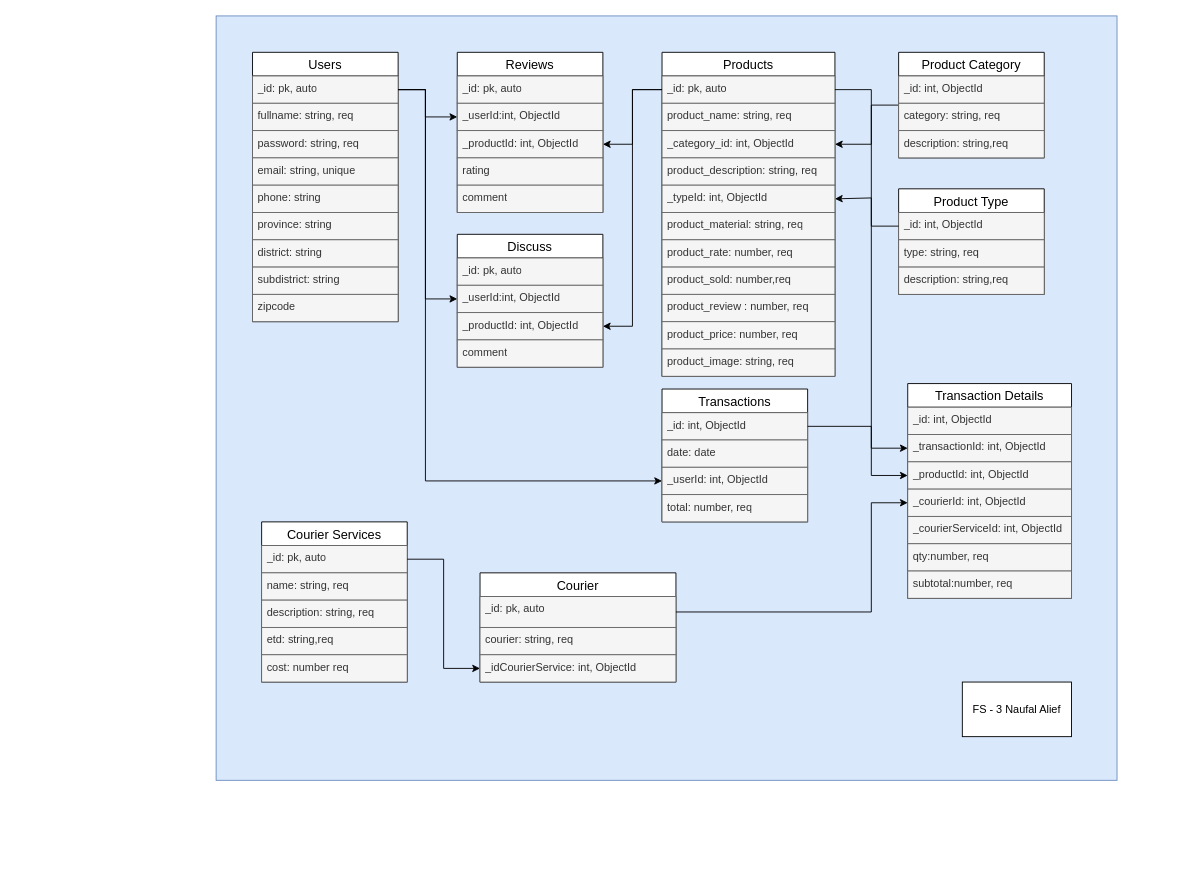
The draw.io diagram furnivul-server/erd/ERD Furnivul.drawio in naufyl28/Final-Furnivul, before the edit. Source tidied: cells renumbered, new cells numbered last; positions are measured from the earlier drawing's top-left corner, leaving out a move shared by most shapes. Both pictures are drawn from the tidied source at 91%, with x=0, y=0 at pixel (216, 15).
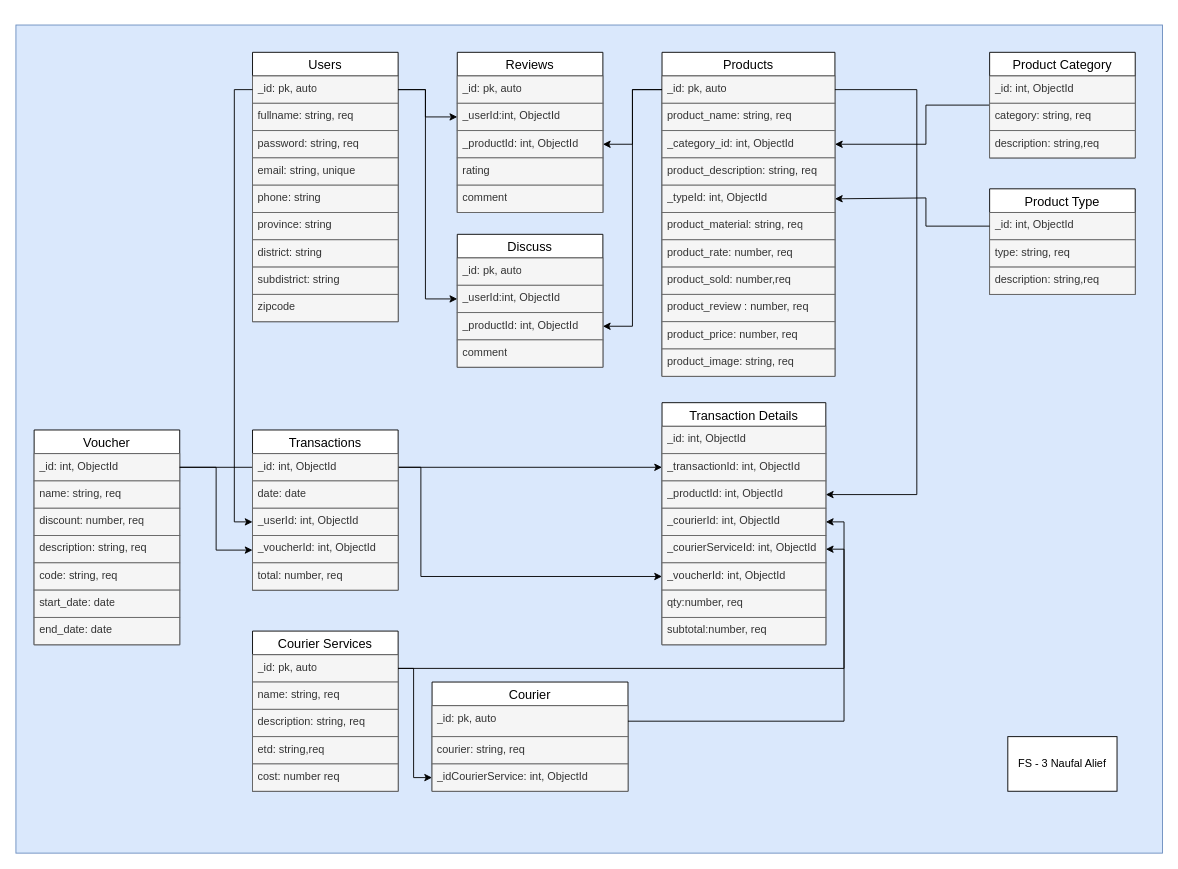
The same diagram, later.

Commit message (it also covers changes not shown here):
edit erd and add voucher route,ctrler, models

Unchanged cells that the change refers to:
```xml
<mxCell id="4" value="_id: pk, auto&lt;br&gt;" style="text;strokeColor=#666666;fillColor=#f5f5f5;spacingLeft=4;spacingRight=4;overflow=hidden;points=[[0,0.5],[1,0.5]];portConstraint=eastwest;fontSize=12;whiteSpace=wrap;html=1;fontColor=#333333;" parent="3" vertex="1">
  <mxGeometry y="26" width="160" height="30" as="geometry" />
</mxCell>
<mxCell id="21" value="_id: pk, auto&lt;br&gt;" style="text;strokeColor=#666666;fillColor=#f5f5f5;spacingLeft=4;spacingRight=4;overflow=hidden;points=[[0,0.5],[1,0.5]];portConstraint=eastwest;fontSize=12;whiteSpace=wrap;html=1;fontColor=#333333;" parent="20" vertex="1">
  <mxGeometry y="26" width="190" height="30" as="geometry" />
</mxCell>
<mxCell id="23" value="_category_id: int, ObjectId" style="text;strokeColor=#666666;fillColor=#f5f5f5;spacingLeft=4;spacingRight=4;overflow=hidden;points=[[0,0.5],[1,0.5]];portConstraint=eastwest;fontSize=12;whiteSpace=wrap;html=1;fontColor=#333333;" parent="20" vertex="1">
  <mxGeometry y="86" width="190" height="30" as="geometry" />
</mxCell>
<mxCell id="25" value="_typeId: int, ObjectId" style="text;strokeColor=#666666;fillColor=#f5f5f5;spacingLeft=4;spacingRight=4;overflow=hidden;points=[[0,0.5],[1,0.5]];portConstraint=eastwest;fontSize=12;whiteSpace=wrap;html=1;fontColor=#333333;" parent="20" vertex="1">
  <mxGeometry y="146" width="190" height="30" as="geometry" />
</mxCell>
<mxCell id="34" value="_id: int, ObjectId" style="text;strokeColor=#666666;fillColor=#f5f5f5;spacingLeft=4;spacingRight=4;overflow=hidden;points=[[0,0.5],[1,0.5]];portConstraint=eastwest;fontSize=12;whiteSpace=wrap;html=1;fontColor=#333333;" parent="33" vertex="1">
  <mxGeometry y="26" width="160" height="30" as="geometry" />
</mxCell>
<mxCell id="55" value="_id: pk, auto" style="text;strokeColor=#666666;fillColor=#f5f5f5;spacingLeft=4;spacingRight=4;overflow=hidden;points=[[0,0.5],[1,0.5]];portConstraint=eastwest;fontSize=12;whiteSpace=wrap;html=1;fontColor=#333333;" parent="54" vertex="1">
  <mxGeometry y="26" width="160" height="30" as="geometry" />
</mxCell>
<mxCell id="68" value="_transactionId: int, ObjectId" style="text;strokeColor=#666666;fillColor=#f5f5f5;spacingLeft=4;spacingRight=4;overflow=hidden;points=[[0,0.5],[1,0.5]];portConstraint=eastwest;fontSize=12;whiteSpace=wrap;html=1;fontColor=#333333;" parent="66" vertex="1">
  <mxGeometry y="56" width="180" height="30" as="geometry" />
</mxCell>
<mxCell id="69" value="_productId: int, ObjectId" style="text;strokeColor=#666666;fillColor=#f5f5f5;spacingLeft=4;spacingRight=4;overflow=hidden;points=[[0,0.5],[1,0.5]];portConstraint=eastwest;fontSize=12;whiteSpace=wrap;html=1;fontColor=#333333;" parent="66" vertex="1">
  <mxGeometry y="86" width="180" height="30" as="geometry" />
</mxCell>
<mxCell id="70" value="_courierId: int, ObjectId" style="text;strokeColor=#666666;fillColor=#f5f5f5;spacingLeft=4;spacingRight=4;overflow=hidden;points=[[0,0.5],[1,0.5]];portConstraint=eastwest;fontSize=12;whiteSpace=wrap;html=1;fontColor=#333333;" parent="66" vertex="1">
  <mxGeometry y="116" width="180" height="30" as="geometry" />
</mxCell>
<mxCell id="71" value="_courierServiceId: int, ObjectId" style="text;strokeColor=#666666;fillColor=#f5f5f5;spacingLeft=4;spacingRight=4;overflow=hidden;points=[[0,0.5],[1,0.5]];portConstraint=eastwest;fontSize=12;whiteSpace=wrap;html=1;fontColor=#333333;" parent="66" vertex="1">
  <mxGeometry y="146" width="180" height="30" as="geometry" />
</mxCell>
```

Diff of the diagram source:
```diff
@@
     <mxCell id="2" style="rounded=0;whiteSpace=wrap;html=1;fillColor=#dae8fc;strokeColor=#6c8ebf;" parent="1" vertex="1">
-      <mxGeometry width="990" height="840" as="geometry" />
+      <mxGeometry x="-220" y="10" width="1260" height="910" as="geometry" />
     </mxCell>
@@
     <mxCell id="33" value="Product Type" style="swimlane;fontStyle=0;horizontal=1;startSize=26;align=center;fontSize=14;" parent="1" vertex="1">
-      <mxGeometry x="750" y="190" width="160" height="116" as="geometry" />
+      <mxGeometry x="850" y="190" width="160" height="116" as="geometry" />
     </mxCell>
@@
     <mxCell id="37" style="edgeStyle=orthogonalEdgeStyle;rounded=0;jettySize=auto;html=1;entryX=1;entryY=0.5;entryDx=0;entryDy=0;" parent="1" edge="1" source="34" target="25">
       <mxGeometry relative="1" as="geometry">
         <Array as="points">
-          <mxPoint x="720" y="231" />
-          <mxPoint x="720" y="200" />
+          <mxPoint x="780" y="231" />
+          <mxPoint x="780" y="200" />
           <mxPoint x="680" y="200" />
         </Array>
       </mxGeometry>
     </mxCell>
     <mxCell id="38" style="edgeStyle=orthogonalEdgeStyle;rounded=0;jettySize=auto;html=1;entryX=1;entryY=0.5;entryDx=0;entryDy=0;" parent="1" edge="1" source="39" target="23">
       <mxGeometry relative="1" as="geometry">
         <Array as="points">
-          <mxPoint x="720" y="98" />
-          <mxPoint x="720" y="141" />
+          <mxPoint x="780" y="98" />
+          <mxPoint x="780" y="141" />
         </Array>
       </mxGeometry>
     </mxCell>
     <mxCell id="39" value="Product Category" style="swimlane;fontStyle=0;horizontal=1;startSize=26;align=center;fontSize=14;" parent="1" vertex="1">
-      <mxGeometry x="750" y="40" width="160" height="116" as="geometry" />
+      <mxGeometry x="850" y="40" width="160" height="116" as="geometry" />
     </mxCell>
@@
-    <mxCell id="50" value="Courier" style="swimlane;fontStyle=0;horizontal=1;startSize=26;align=center;fontSize=14;" parent="1" vertex="1">
-      <mxGeometry x="290" y="612" width="215.3" height="120" as="geometry" />
-    </mxCell>
-    <mxCell id="51" value="_id: pk, auto" style="text;strokeColor=#666666;fillColor=#f5f5f5;spacingLeft=4;spacingRight=4;overflow=hidden;points=[[0,0.5],[1,0.5]];portConstraint=eastwest;fontSize=12;whiteSpace=wrap;html=1;fontColor=#333333;" parent="50" vertex="1">
-      <mxGeometry y="26" width="215.3" height="34" as="geometry" />
-    </mxCell>
-    <mxCell id="52" value="courier: string, req" style="text;strokeColor=#666666;fillColor=#f5f5f5;spacingLeft=4;spacingRight=4;overflow=hidden;fontSize=12;whiteSpace=wrap;html=1;fontColor=#333333;" parent="50" vertex="1">
-      <mxGeometry y="60" width="215.3" height="30" as="geometry" />
-    </mxCell>
-    <mxCell id="53" value="_idCourierService: int, ObjectId" style="text;strokeColor=#666666;fillColor=#f5f5f5;spacingLeft=4;spacingRight=4;overflow=hidden;points=[[0,0.5],[1,0.5]];portConstraint=eastwest;fontSize=12;whiteSpace=wrap;html=1;fontColor=#333333;" parent="50" vertex="1">
-      <mxGeometry y="90" width="215.3" height="30" as="geometry" />
-    </mxCell>
     <mxCell id="54" value="Courier Services" style="swimlane;fontStyle=0;horizontal=1;startSize=26;align=center;fontSize=14;" parent="1" vertex="1">
-      <mxGeometry x="50" y="556" width="160" height="176" as="geometry" />
+      <mxGeometry x="40" y="676" width="160" height="176" as="geometry" />
     </mxCell>
@@
     <mxCell id="60" style="edgeStyle=orthogonalEdgeStyle;rounded=0;jettySize=auto;html=1;" parent="1" edge="1" source="55" target="53">
-      <mxGeometry relative="1" as="geometry" />
+      <mxGeometry relative="1" as="geometry">
+        <Array as="points">
+          <mxPoint x="217" y="717" />
+          <mxPoint x="217" y="837" />
+        </Array>
+      </mxGeometry>
     </mxCell>
-    <mxCell id="61" value="Transactions" style="swimlane;fontStyle=0;horizontal=1;startSize=26;align=center;fontSize=14;" parent="1" vertex="1">
-      <mxGeometry x="490" y="410" width="160" height="146" as="geometry" />
-    </mxCell>
-    <mxCell id="62" value="_id: int, ObjectId" style="text;strokeColor=#666666;fillColor=#f5f5f5;spacingLeft=4;spacingRight=4;overflow=hidden;points=[[0,0.5],[1,0.5]];portConstraint=eastwest;fontSize=12;whiteSpace=wrap;html=1;fontColor=#333333;" parent="61" vertex="1">
-      <mxGeometry y="26" width="160" height="30" as="geometry" />
-    </mxCell>
-    <mxCell id="63" value="date: date" style="text;strokeColor=#666666;fillColor=#f5f5f5;spacingLeft=4;spacingRight=4;overflow=hidden;fontSize=12;whiteSpace=wrap;html=1;fontColor=#333333;" parent="61" vertex="1">
-      <mxGeometry y="56" width="160" height="30" as="geometry" />
-    </mxCell>
-    <mxCell id="64" value="_userId: int, ObjectId" style="text;strokeColor=#666666;fillColor=#f5f5f5;spacingLeft=4;spacingRight=4;overflow=hidden;points=[[0,0.5],[1,0.5]];portConstraint=eastwest;fontSize=12;whiteSpace=wrap;html=1;fontColor=#333333;" parent="61" vertex="1">
-      <mxGeometry y="86" width="160" height="30" as="geometry" />
-    </mxCell>
-    <mxCell id="65" value="total: number, req" style="text;strokeColor=#666666;fillColor=#f5f5f5;spacingLeft=4;spacingRight=4;overflow=hidden;fontSize=12;whiteSpace=wrap;html=1;fontColor=#333333;" parent="61" vertex="1">
-      <mxGeometry y="116" width="160" height="30" as="geometry" />
-    </mxCell>
     <mxCell id="66" value="Transaction Details" style="swimlane;fontStyle=0;horizontal=1;startSize=26;align=center;fontSize=14;" parent="1" vertex="1">
-      <mxGeometry x="760" y="404" width="180" height="236" as="geometry" />
+      <mxGeometry x="490" y="425" width="180" height="266" as="geometry" />
     </mxCell>
@@
+    <mxCell id="79" value="_voucherId: int, ObjectId" style="text;strokeColor=#666666;fillColor=#f5f5f5;spacingLeft=4;spacingRight=4;overflow=hidden;points=[[0,0.5],[1,0.5]];portConstraint=eastwest;fontSize=12;whiteSpace=wrap;html=1;fontColor=#333333;" parent="66" vertex="1">
+      <mxGeometry y="176" width="180" height="30" as="geometry" />
+    </mxCell>
     <mxCell id="72" value="qty:number, req" style="text;strokeColor=#666666;fillColor=#f5f5f5;spacingLeft=4;spacingRight=4;overflow=hidden;fontSize=12;whiteSpace=wrap;html=1;fontColor=#333333;" parent="66" vertex="1">
-      <mxGeometry y="176" width="180" height="30" as="geometry" />
+      <mxGeometry y="206" width="180" height="30" as="geometry" />
     </mxCell>
     <mxCell id="73" value="subtotal:number, req" style="text;strokeColor=#666666;fillColor=#f5f5f5;spacingLeft=4;spacingRight=4;overflow=hidden;fontSize=12;whiteSpace=wrap;html=1;fontColor=#333333;" parent="66" vertex="1">
-      <mxGeometry y="206" width="180" height="30" as="geometry" />
+      <mxGeometry y="236" width="180" height="30" as="geometry" />
     </mxCell>
+    <mxCell id="78" value="FS - 3 Naufal Alief" style="rounded=0;whiteSpace=wrap;html=1;" parent="1" vertex="1">
+      <mxGeometry x="870" y="792" width="120" height="60" as="geometry" />
+    </mxCell>
+    <mxCell id="50" value="Courier" style="swimlane;fontStyle=0;horizontal=1;startSize=26;align=center;fontSize=14;" parent="1" vertex="1">
+      <mxGeometry x="237.3" y="732" width="215.3" height="120" as="geometry" />
+    </mxCell>
+    <mxCell id="51" value="_id: pk, auto" style="text;strokeColor=#666666;fillColor=#f5f5f5;spacingLeft=4;spacingRight=4;overflow=hidden;points=[[0,0.5],[1,0.5]];portConstraint=eastwest;fontSize=12;whiteSpace=wrap;html=1;fontColor=#333333;" parent="50" vertex="1">
+      <mxGeometry y="26" width="215.3" height="34" as="geometry" />
+    </mxCell>
+    <mxCell id="52" value="courier: string, req" style="text;strokeColor=#666666;fillColor=#f5f5f5;spacingLeft=4;spacingRight=4;overflow=hidden;fontSize=12;whiteSpace=wrap;html=1;fontColor=#333333;" parent="50" vertex="1">
+      <mxGeometry y="60" width="215.3" height="30" as="geometry" />
+    </mxCell>
+    <mxCell id="53" value="_idCourierService: int, ObjectId" style="text;strokeColor=#666666;fillColor=#f5f5f5;spacingLeft=4;spacingRight=4;overflow=hidden;points=[[0,0.5],[1,0.5]];portConstraint=eastwest;fontSize=12;whiteSpace=wrap;html=1;fontColor=#333333;" parent="50" vertex="1">
+      <mxGeometry y="90" width="215.3" height="30" as="geometry" />
+    </mxCell>
+    <mxCell id="80" value="Voucher" style="swimlane;fontStyle=0;horizontal=1;startSize=26;align=center;fontSize=14;" parent="1" vertex="1">
+      <mxGeometry x="-200" y="455" width="160" height="236" as="geometry" />
+    </mxCell>
+    <mxCell id="81" value="_id: int, ObjectId" style="text;strokeColor=#666666;fillColor=#f5f5f5;spacingLeft=4;spacingRight=4;overflow=hidden;points=[[0,0.5],[1,0.5]];portConstraint=eastwest;fontSize=12;whiteSpace=wrap;html=1;fontColor=#333333;" parent="80" vertex="1">
+      <mxGeometry y="26" width="160" height="30" as="geometry" />
+    </mxCell>
+    <mxCell id="82" value="name: string, req" style="text;strokeColor=#666666;fillColor=#f5f5f5;spacingLeft=4;spacingRight=4;overflow=hidden;fontSize=12;whiteSpace=wrap;html=1;fontColor=#333333;align=left;" parent="80" vertex="1">
+      <mxGeometry y="56" width="160" height="30" as="geometry" />
+    </mxCell>
+    <mxCell id="83" value="discount: number, req" style="text;strokeColor=#666666;fillColor=#f5f5f5;spacingLeft=4;spacingRight=4;overflow=hidden;fontSize=12;whiteSpace=wrap;html=1;fontColor=#333333;" parent="80" vertex="1">
+      <mxGeometry y="86" width="160" height="30" as="geometry" />
+    </mxCell>
+    <mxCell id="84" value="description: string, req" style="text;strokeColor=#666666;fillColor=#f5f5f5;spacingLeft=4;spacingRight=4;overflow=hidden;fontSize=12;whiteSpace=wrap;html=1;fontColor=#333333;" parent="80" vertex="1">
+      <mxGeometry y="116" width="160" height="30" as="geometry" />
+    </mxCell>
+    <mxCell id="85" value="code: string, req" style="text;strokeColor=#666666;fillColor=#f5f5f5;spacingLeft=4;spacingRight=4;overflow=hidden;fontSize=12;whiteSpace=wrap;html=1;fontColor=#333333;" parent="80" vertex="1">
+      <mxGeometry y="146" width="160" height="30" as="geometry" />
+    </mxCell>
+    <mxCell id="86" value="start_date: date" style="text;strokeColor=#666666;fillColor=#f5f5f5;spacingLeft=4;spacingRight=4;overflow=hidden;fontSize=12;whiteSpace=wrap;html=1;fontColor=#333333;" parent="80" vertex="1">
+      <mxGeometry y="176" width="160" height="30" as="geometry" />
+    </mxCell>
+    <mxCell id="87" value="end_date: date" style="text;strokeColor=#666666;fillColor=#f5f5f5;spacingLeft=4;spacingRight=4;overflow=hidden;fontSize=12;whiteSpace=wrap;html=1;fontColor=#333333;" parent="80" vertex="1">
+      <mxGeometry y="206" width="160" height="30" as="geometry" />
+    </mxCell>
-    <mxCell id="74" style="edgeStyle=orthogonalEdgeStyle;rounded=0;jettySize=auto;html=1;" parent="1" edge="1" source="4" target="64">
-      <mxGeometry relative="1" as="geometry">
-        <Array as="points">
-          <mxPoint x="230" y="81" />
-          <mxPoint x="230" y="511" />
-        </Array>
-      </mxGeometry>
+    <mxCell id="74" style="edgeStyle=orthogonalEdgeStyle;rounded=0;jettySize=auto;html=1;entryX=0;entryY=0.5;entryDx=0;entryDy=0;" parent="1" edge="1" source="4" target="64">
+      <mxGeometry relative="1" as="geometry" />
     </mxCell>
+    <mxCell id="88" style="edgeStyle=orthogonalEdgeStyle;rounded=0;jettySize=auto;html=1;entryX=0;entryY=0.75;entryDx=0;entryDy=0;" parent="1" edge="1" source="81" target="61">
+      <mxGeometry relative="1" as="geometry" />
+    </mxCell>
+    <mxCell id="76" style="edgeStyle=orthogonalEdgeStyle;rounded=0;jettySize=auto;html=1;entryX=0;entryY=0.5;entryDx=0;entryDy=0;" parent="1" edge="1" source="62" target="68">
+      <mxGeometry relative="1" as="geometry" />
+    </mxCell>
-    <mxCell id="75" style="edgeStyle=orthogonalEdgeStyle;rounded=0;jettySize=auto;html=1;entryX=0;entryY=0.5;entryDx=0;entryDy=0;" parent="1" edge="1" source="21" target="69">
-      <mxGeometry relative="1" as="geometry" />
+    <mxCell id="75" style="edgeStyle=orthogonalEdgeStyle;rounded=0;jettySize=auto;html=1;" parent="1" edge="1" source="21" target="69">
+      <mxGeometry relative="1" as="geometry">
+        <Array as="points">
+          <mxPoint x="770" y="81" />
+          <mxPoint x="770" y="526" />
+        </Array>
+      </mxGeometry>
     </mxCell>
-    <mxCell id="76" style="edgeStyle=orthogonalEdgeStyle;rounded=0;jettySize=auto;html=1;entryX=0;entryY=0.5;entryDx=0;entryDy=0;" parent="1" edge="1" source="62" target="68">
-      <mxGeometry relative="1" as="geometry">
-        <Array as="points">
-          <mxPoint x="720" y="451" />
-          <mxPoint x="720" y="475" />
-        </Array>
-      </mxGeometry>
-    </mxCell>
-    <mxCell id="77" style="edgeStyle=orthogonalEdgeStyle;rounded=0;jettySize=auto;html=1;entryX=0;entryY=0.5;entryDx=0;entryDy=0;" parent="1" edge="1" source="51" target="70">
-      <mxGeometry relative="1" as="geometry">
-        <Array as="points">
-          <mxPoint x="720" y="655" />
-          <mxPoint x="720" y="535" />
-        </Array>
-      </mxGeometry>
+    <mxCell id="77" style="edgeStyle=orthogonalEdgeStyle;rounded=0;jettySize=auto;html=1;entryX=1;entryY=0.5;entryDx=0;entryDy=0;" parent="1" edge="1" source="51" target="70">
+      <mxGeometry relative="1" as="geometry" />
     </mxCell>
-    <mxCell id="78" value="FS - 3 Naufal Alief" style="rounded=0;whiteSpace=wrap;html=1;" parent="1" vertex="1">
-      <mxGeometry x="820" y="732" width="120" height="60" as="geometry" />
-    </mxCell>
+    <mxCell id="89" style="edgeStyle=orthogonalEdgeStyle;rounded=0;jettySize=auto;html=1;entryX=1;entryY=0.5;entryDx=0;entryDy=0;" parent="1" edge="1" source="55" target="71">
+      <mxGeometry relative="1" as="geometry">
+        <Array as="points">
+          <mxPoint x="690" y="717" />
+          <mxPoint x="690" y="586" />
+        </Array>
+      </mxGeometry>
+    </mxCell>
+    <mxCell id="90" style="edgeStyle=orthogonalEdgeStyle;rounded=0;jettySize=auto;html=1;entryX=0;entryY=0.5;entryDx=0;entryDy=0;" parent="1" edge="1" source="81" target="79">
+      <mxGeometry relative="1" as="geometry" />
+    </mxCell>
+    <mxCell id="61" value="Transactions" style="swimlane;fontStyle=0;horizontal=1;startSize=26;align=center;fontSize=14;" parent="1" vertex="1">
+      <mxGeometry x="40" y="455" width="160" height="176" as="geometry" />
+    </mxCell>
+    <mxCell id="62" value="_id: int, ObjectId" style="text;strokeColor=#666666;fillColor=#f5f5f5;spacingLeft=4;spacingRight=4;overflow=hidden;points=[[0,0.5],[1,0.5]];portConstraint=eastwest;fontSize=12;whiteSpace=wrap;html=1;fontColor=#333333;" parent="61" vertex="1">
+      <mxGeometry y="26" width="160" height="30" as="geometry" />
+    </mxCell>
+    <mxCell id="63" value="date: date" style="text;strokeColor=#666666;fillColor=#f5f5f5;spacingLeft=4;spacingRight=4;overflow=hidden;fontSize=12;whiteSpace=wrap;html=1;fontColor=#333333;" parent="61" vertex="1">
+      <mxGeometry y="56" width="160" height="30" as="geometry" />
+    </mxCell>
+    <mxCell id="64" value="_userId: int, ObjectId" style="text;strokeColor=#666666;fillColor=#f5f5f5;spacingLeft=4;spacingRight=4;overflow=hidden;points=[[0,0.5],[1,0.5]];portConstraint=eastwest;fontSize=12;whiteSpace=wrap;html=1;fontColor=#333333;" parent="61" vertex="1">
+      <mxGeometry y="86" width="160" height="30" as="geometry" />
+    </mxCell>
+    <mxCell id="65" value="_voucherId: int, ObjectId" style="text;strokeColor=#666666;fillColor=#f5f5f5;spacingLeft=4;spacingRight=4;overflow=hidden;fontSize=12;whiteSpace=wrap;html=1;fontColor=#333333;" parent="61" vertex="1">
+      <mxGeometry y="116" width="160" height="30" as="geometry" />
+    </mxCell>
+    <mxCell id="91" value="total: number, req" style="text;strokeColor=#666666;fillColor=#f5f5f5;spacingLeft=4;spacingRight=4;overflow=hidden;fontSize=12;whiteSpace=wrap;html=1;fontColor=#333333;" parent="61" vertex="1">
+      <mxGeometry y="146" width="160" height="30" as="geometry" />
+    </mxCell>
```
